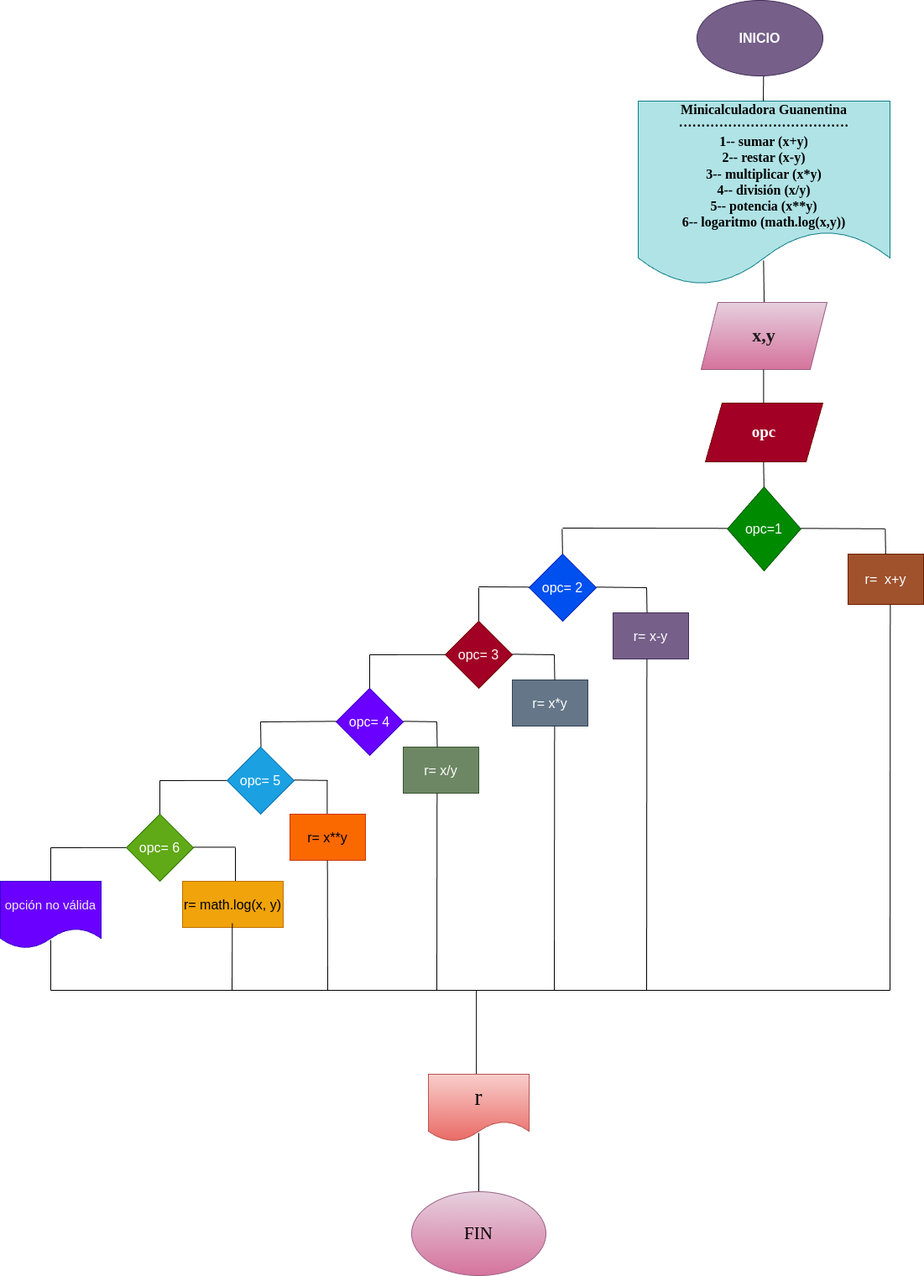
Earlier version of the draw.io export diagrama.png (duque-maria/mini_calculadora). Source tidied: cells renumbered, new cells last; positions are measured from the earlier drawing's top-left corner, leaving out a move shared by most shapes.
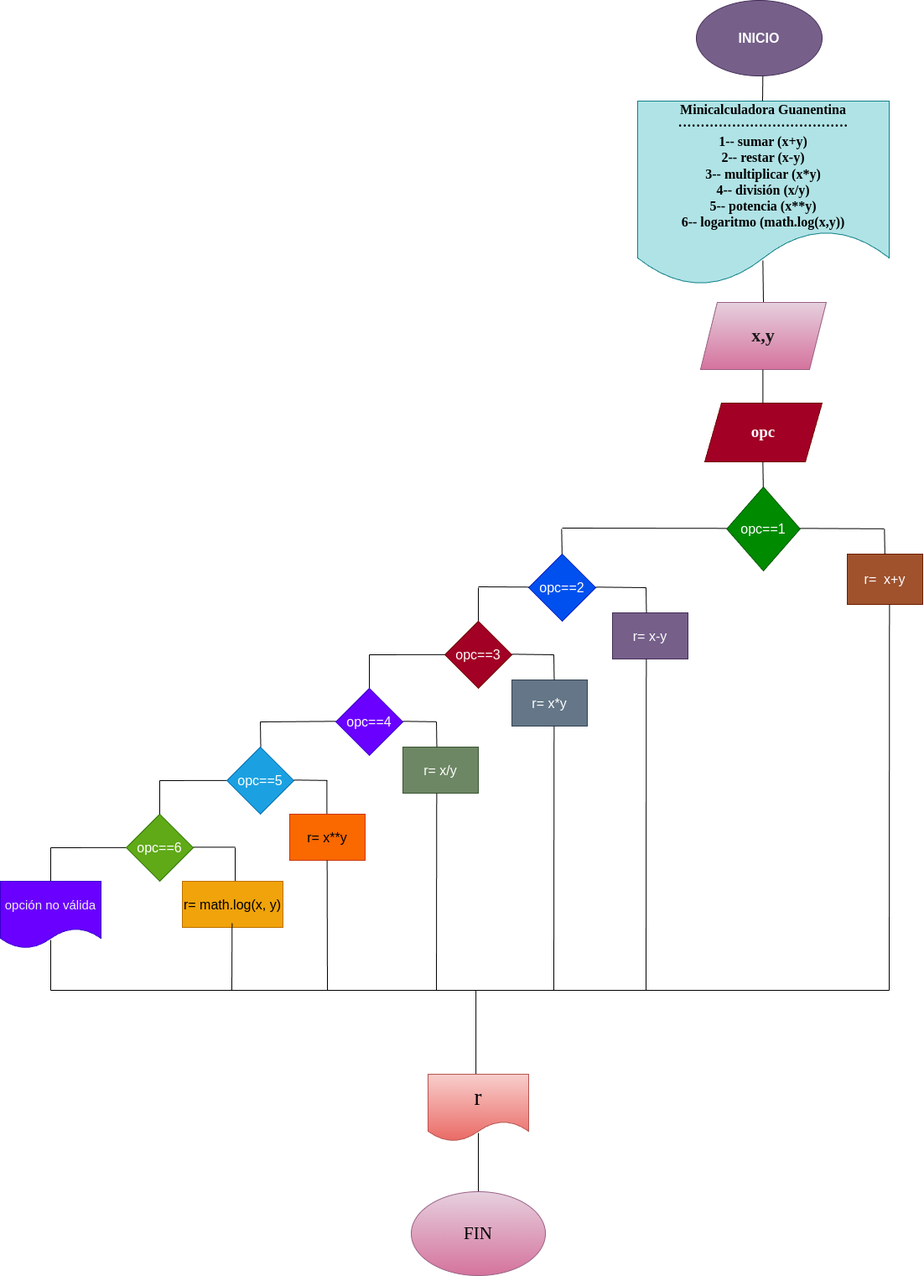
Later version of the same file.

Commit message:
Se modificó el README y se agregó el diagrama de flujo

What changed in the source:
```diff
@@ -36,7 +36,7 @@
         <mxPoint x="280" y="1010" as="targetPoint" />
       </mxGeometry>
     </mxCell>
-    <mxCell id="10" value="opc=1" style="rhombus;whiteSpace=wrap;html=1;fontSize=16;fillColor=#008a00;fontColor=#ffffff;strokeColor=#005700;" parent="1" vertex="1">
+    <mxCell id="10" value="opc==1" style="rhombus;whiteSpace=wrap;html=1;fontSize=16;fillColor=#008a00;fontColor=#ffffff;strokeColor=#005700;" parent="1" vertex="1">
       <mxGeometry x="866.2" y="580" width="87.5" height="100" as="geometry" />
     </mxCell>
     <mxCell id="11" value="r=&amp;nbsp; x+y" style="rounded=0;whiteSpace=wrap;html=1;fontSize=16;fillColor=#a0522d;fontColor=#ffffff;strokeColor=#6D1F00;" parent="1" vertex="1">
@@ -48,7 +48,7 @@
         <mxPoint x="270" y="929.8" as="targetPoint" />
       </mxGeometry>
     </mxCell>
-    <mxCell id="13" value="opc= 2" style="rhombus;whiteSpace=wrap;html=1;fontSize=16;fillColor=#0050ef;fontColor=#ffffff;strokeColor=#001DBC;" parent="1" vertex="1">
+    <mxCell id="13" value="opc==2" style="rhombus;whiteSpace=wrap;html=1;fontSize=16;fillColor=#0050ef;fontColor=#ffffff;strokeColor=#001DBC;" parent="1" vertex="1">
       <mxGeometry x="630" y="660" width="80" height="80" as="geometry" />
     </mxCell>
     <mxCell id="14" style="endArrow=none;html=1;fontSize=16;exitX=0.5;exitY=0;exitDx=0;exitDy=0;" parent="1" edge="1">
@@ -90,7 +90,7 @@
         <mxPoint x="570" y="700" as="targetPoint" />
       </mxGeometry>
     </mxCell>
-    <mxCell id="21" value="opc= 3" style="rhombus;whiteSpace=wrap;html=1;fontSize=16;fillColor=#a20025;fontColor=#ffffff;strokeColor=#6F0000;" parent="1" vertex="1">
+    <mxCell id="21" value="opc==3" style="rhombus;whiteSpace=wrap;html=1;fontSize=16;fillColor=#a20025;fontColor=#ffffff;strokeColor=#6F0000;" parent="1" vertex="1">
       <mxGeometry x="530" y="740" width="80" height="80" as="geometry" />
     </mxCell>
     <mxCell id="22" style="endArrow=none;html=1;fontSize=16;" parent="1" edge="1">
@@ -114,7 +114,7 @@
         <mxPoint x="669.3" y="630" as="targetPoint" />
       </mxGeometry>
     </mxCell>
-    <mxCell id="26" value="opc= 4" style="rhombus;whiteSpace=wrap;html=1;fontSize=16;fillColor=#6a00ff;fontColor=#ffffff;strokeColor=#3700CC;" parent="1" vertex="1">
+    <mxCell id="26" value="opc==4" style="rhombus;whiteSpace=wrap;html=1;fontSize=16;fillColor=#6a00ff;fontColor=#ffffff;strokeColor=#3700CC;" parent="1" vertex="1">
       <mxGeometry x="400" y="820" width="80" height="80" as="geometry" />
     </mxCell>
     <mxCell id="27" style="endArrow=none;html=1;fontSize=16;" parent="1" edge="1">
@@ -144,7 +144,7 @@
         <mxPoint x="389.3" y="930" as="targetPoint" />
       </mxGeometry>
     </mxCell>
-    <mxCell id="32" value="opc= 5" style="rhombus;whiteSpace=wrap;html=1;fontSize=16;fillColor=#1ba1e2;fontColor=#ffffff;strokeColor=#006EAF;" parent="1" vertex="1">
+    <mxCell id="32" value="opc==5" style="rhombus;whiteSpace=wrap;html=1;fontSize=16;fillColor=#1ba1e2;fontColor=#ffffff;strokeColor=#006EAF;" parent="1" vertex="1">
       <mxGeometry x="270" y="890" width="80" height="80" as="geometry" />
     </mxCell>
     <mxCell id="33" style="endArrow=none;html=1;fontSize=16;" parent="1" edge="1">
@@ -174,7 +174,7 @@
         <mxPoint x="660" y="780" as="targetPoint" />
       </mxGeometry>
     </mxCell>
-    <mxCell id="38" value="opc= 6" style="rhombus;whiteSpace=wrap;html=1;fontSize=16;fillColor=#60a917;fontColor=#ffffff;strokeColor=#2D7600;" parent="1" vertex="1">
+    <mxCell id="38" value="opc==6" style="rhombus;whiteSpace=wrap;html=1;fontSize=16;fillColor=#60a917;fontColor=#ffffff;strokeColor=#2D7600;" parent="1" vertex="1">
       <mxGeometry x="150" y="970" width="80" height="80" as="geometry" />
     </mxCell>
     <mxCell id="39" style="endArrow=none;html=1;fontSize=16;" parent="1" edge="1">
```
